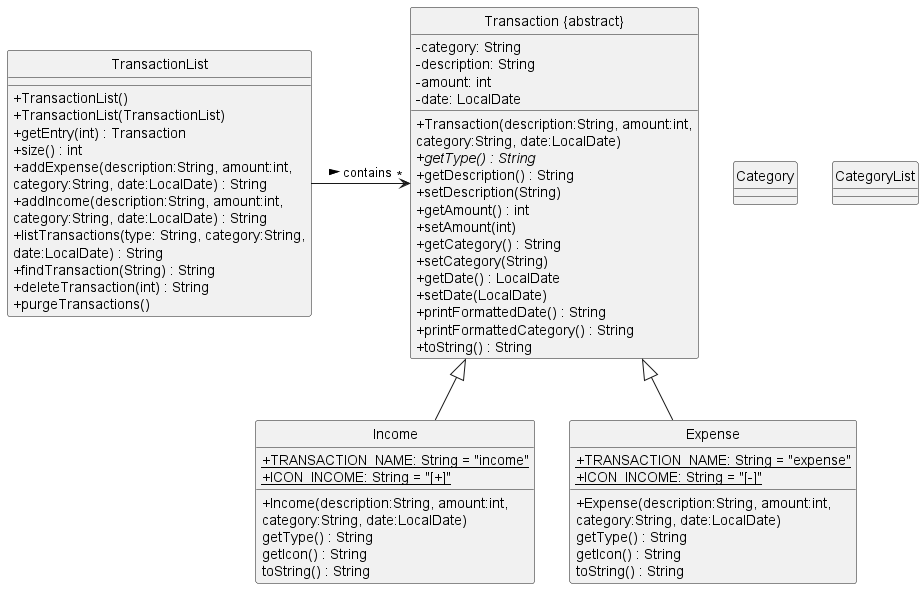
Earlier version of the PlantUML export docs/images/DataComponentClassDiagram.png (nus-cs2113-AY2223S1/tp).
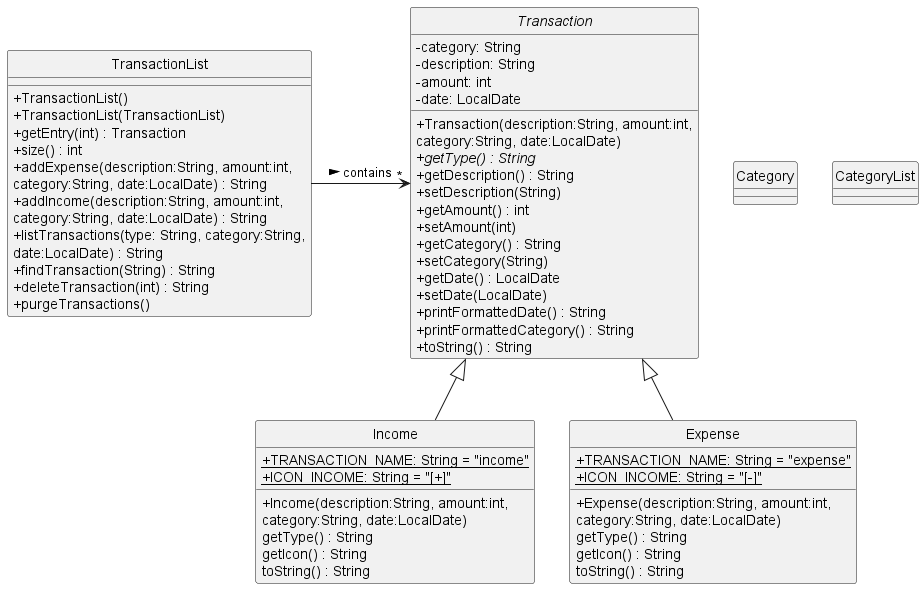
Above is the later version.

Commit message:
Minor fix class diagram and explanations in data component

What changed in the source:
```diff
@@ -24,7 +24,7 @@
     + purgeTransactions()
 }
 
-class "Transaction {abstract}"{
+abstract class "Transaction"{
     - category: String
     - description: String
     - amount: int
@@ -66,9 +66,9 @@
 }
 
 
-Income -up-|> "Transaction {abstract}"
-Expense -up-|> "Transaction {abstract}"
+Income -up-|> "Transaction"
+Expense -up-|> "Transaction"
 
-TransactionList -> "*" "Transaction {abstract}" : contains >
+TransactionList -> "*" "Transaction" : contains >
 
 @enduml
```
